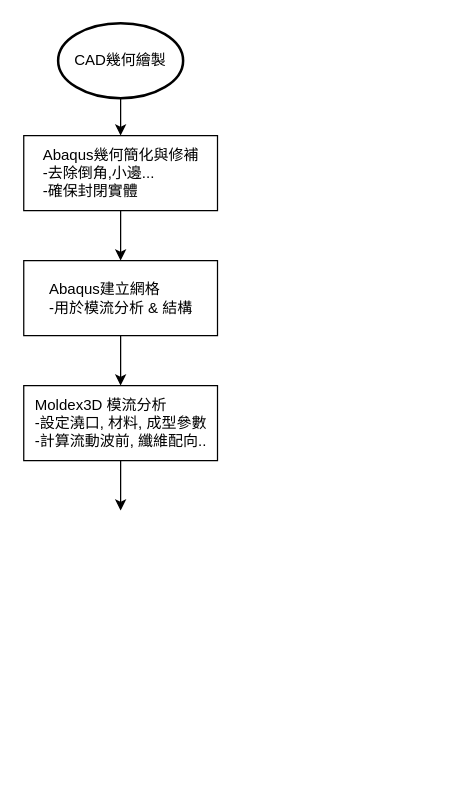
This is Moldex3D_abaqus.drawio from TerryChan726/draw_io, a draw.io file, before an edit. Source tidied: cells renumbered, new cells numbered last; positions are measured from the earlier drawing's top-left corner, leaving out a move shared by most shapes. Both pictures are drawn from the tidied source at 125%, with x=0, y=0 at pixel (22, 22).
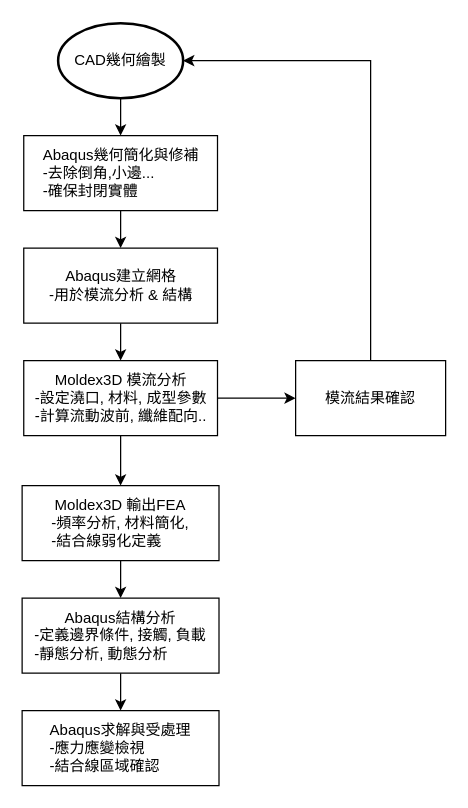
The same page after the edit.

What changed in the source:
```diff
@@
 <mxGraphModel>
   <root>
     <mxCell id="0" />
     <mxCell id="1" parent="0" />
     <mxCell id="2" style="edgeStyle=orthogonalEdgeStyle;rounded=0;jettySize=auto;html=1;" parent="1" edge="1" source="3" target="7">
       <mxGeometry relative="1" as="geometry" />
     </mxCell>
     <mxCell id="3" value="Abaqus幾何簡化與修補&lt;div&gt;&lt;div style=&quot;text-align: left;&quot;&gt;&lt;span style=&quot;background-color: transparent; color: light-dark(rgb(0, 0, 0), rgb(255, 255, 255));&quot;&gt;-去除倒角,小邊...&lt;/span&gt;&lt;/div&gt;&lt;/div&gt;&lt;div style=&quot;text-align: left;&quot;&gt;&lt;span style=&quot;background-color: transparent; color: light-dark(rgb(0, 0, 0), rgb(255, 255, 255));&quot;&gt;-確保封閉實體&lt;/span&gt;&lt;/div&gt;" style="rounded=0;whiteSpace=wrap;html=1;" parent="1" vertex="1">
       <mxGeometry x="0.5" y="90" width="155" height="60" as="geometry" />
     </mxCell>
     <mxCell id="4" style="edgeStyle=orthogonalEdgeStyle;rounded=0;jettySize=auto;html=1;" parent="1" edge="1" source="5" target="3">
       <mxGeometry relative="1" as="geometry" />
     </mxCell>
     <mxCell id="5" value="CAD幾何繪製" style="strokeWidth=2;html=1;shape=mxgraph.flowchart.start_1;whiteSpace=wrap;" parent="1" vertex="1">
       <mxGeometry x="28" width="100" height="60" as="geometry" />
     </mxCell>
     <mxCell id="6" style="edgeStyle=orthogonalEdgeStyle;rounded=0;jettySize=auto;html=1;" parent="1" edge="1" source="7" target="9">
       <mxGeometry relative="1" as="geometry" />
     </mxCell>
-    <mxCell id="7" value="&lt;div style=&quot;text-align: left;&quot;&gt;&lt;span style=&quot;background-color: transparent; color: light-dark(rgb(0, 0, 0), rgb(255, 255, 255));&quot;&gt;Abaqus建立網格&lt;/span&gt;&lt;/div&gt;&lt;div&gt;&lt;div style=&quot;text-align: left;&quot;&gt;&lt;span style=&quot;background-color: transparent; color: light-dark(rgb(0, 0, 0), rgb(255, 255, 255));&quot;&gt;-用於模流分析 &amp;amp; 結構&lt;/span&gt;&lt;/div&gt;&lt;/div&gt;" style="rounded=0;whiteSpace=wrap;html=1;" parent="1" vertex="1">
-      <mxGeometry x="0.5" y="190" width="155" height="60" as="geometry" />
+    <mxCell id="7" value="&lt;div style=&quot;&quot;&gt;&lt;span style=&quot;background-color: transparent; color: light-dark(rgb(0, 0, 0), rgb(255, 255, 255));&quot;&gt;Abaqus建立網格&lt;/span&gt;&lt;/div&gt;&lt;div&gt;&lt;div style=&quot;text-align: left;&quot;&gt;&lt;span style=&quot;background-color: transparent; color: light-dark(rgb(0, 0, 0), rgb(255, 255, 255));&quot;&gt;-用於模流分析 &amp;amp; 結構&lt;/span&gt;&lt;/div&gt;&lt;/div&gt;" style="rounded=0;whiteSpace=wrap;html=1;" parent="1" vertex="1">
+      <mxGeometry x="0.5" y="180" width="155" height="60" as="geometry" />
     </mxCell>
-    <mxCell id="8" style="edgeStyle=orthogonalEdgeStyle;rounded=0;jettySize=auto;html=1;" parent="1" edge="1" source="9">
-      <mxGeometry relative="1" as="geometry">
-        <mxPoint x="78" y="390" as="targetPoint" />
-      </mxGeometry>
-    </mxCell>
+    <mxCell id="10" style="edgeStyle=orthogonalEdgeStyle;rounded=0;jettySize=auto;html=1;" parent="1" edge="1" source="9" target="13">
+      <mxGeometry relative="1" as="geometry" />
+    </mxCell>
+    <mxCell id="11" style="edgeStyle=orthogonalEdgeStyle;rounded=0;jettySize=auto;html=1;" parent="1" edge="1" source="9" target="17">
+      <mxGeometry relative="1" as="geometry" />
+    </mxCell>
-    <mxCell id="9" value="&lt;div style=&quot;text-align: left;&quot;&gt;&lt;span style=&quot;background-color: transparent; color: light-dark(rgb(0, 0, 0), rgb(255, 255, 255));&quot;&gt;Moldex3D 模流分析&lt;/span&gt;&lt;/div&gt;&lt;div&gt;-設定澆口, 材料, 成型參數&lt;/div&gt;&lt;div&gt;-計算流動波前, 纖維配向..&lt;/div&gt;" style="rounded=0;whiteSpace=wrap;html=1;align=center;" parent="1" vertex="1">
-      <mxGeometry x="0.5" y="290" width="155" height="60" as="geometry" />
+    <mxCell id="9" value="&lt;div style=&quot;&quot;&gt;&lt;span style=&quot;background-color: transparent; color: light-dark(rgb(0, 0, 0), rgb(255, 255, 255));&quot;&gt;Moldex3D 模流分析&lt;/span&gt;&lt;/div&gt;&lt;div style=&quot;text-align: left;&quot;&gt;-設定澆口, 材料, 成型參數&lt;/div&gt;&lt;div style=&quot;text-align: left;&quot;&gt;-計算流動波前, 纖維配向..&lt;/div&gt;" style="rounded=0;whiteSpace=wrap;html=1;align=center;" parent="1" vertex="1">
+      <mxGeometry x="0.5" y="270" width="155" height="60" as="geometry" />
     </mxCell>
+    <mxCell id="12" style="edgeStyle=orthogonalEdgeStyle;rounded=0;jettySize=auto;html=1;" parent="1" edge="1" source="13" target="15">
+      <mxGeometry relative="1" as="geometry" />
+    </mxCell>
+    <mxCell id="13" value="&lt;div style=&quot;&quot;&gt;&lt;span style=&quot;background-color: transparent; color: light-dark(rgb(0, 0, 0), rgb(255, 255, 255));&quot;&gt;Moldex3D 輸出FEA&lt;/span&gt;&lt;/div&gt;&lt;div&gt;-頻率分析,&amp;nbsp;&lt;span style=&quot;background-color: transparent; color: light-dark(rgb(0, 0, 0), rgb(255, 255, 255));&quot;&gt;材料簡化,&lt;/span&gt;&lt;/div&gt;&lt;div style=&quot;text-align: left;&quot;&gt;&lt;span style=&quot;background-color: transparent; color: light-dark(rgb(0, 0, 0), rgb(255, 255, 255));&quot;&gt;-結合線弱化定義&lt;/span&gt;&lt;/div&gt;" style="rounded=0;whiteSpace=wrap;html=1;align=center;" parent="1" vertex="1">
+      <mxGeometry x="-0.8" y="370" width="157.5" height="60" as="geometry" />
+    </mxCell>
+    <mxCell id="14" style="edgeStyle=orthogonalEdgeStyle;rounded=0;jettySize=auto;html=1;" parent="1" edge="1" source="15" target="16">
+      <mxGeometry relative="1" as="geometry" />
+    </mxCell>
+    <mxCell id="15" value="&lt;div style=&quot;&quot;&gt;Abaqus結構分析&lt;/div&gt;&lt;div&gt;-定義邊界條件, 接觸, 負載&lt;/div&gt;&lt;div style=&quot;text-align: left;&quot;&gt;&lt;span style=&quot;background-color: transparent; color: light-dark(rgb(0, 0, 0), rgb(255, 255, 255));&quot;&gt;-靜態分析, 動態分析&lt;/span&gt;&lt;/div&gt;" style="rounded=0;whiteSpace=wrap;html=1;align=center;" parent="1" vertex="1">
+      <mxGeometry x="-0.8" y="460" width="157.5" height="60" as="geometry" />
+    </mxCell>
+    <mxCell id="16" value="&lt;div style=&quot;&quot;&gt;Abaqus求解與受處理&lt;/div&gt;&lt;div style=&quot;text-align: left;&quot;&gt;-應力應變檢視&lt;/div&gt;&lt;div style=&quot;text-align: left;&quot;&gt;-結合線區域確認&lt;/div&gt;" style="rounded=0;whiteSpace=wrap;html=1;align=center;" parent="1" vertex="1">
+      <mxGeometry x="-0.8" y="550" width="157.5" height="60" as="geometry" />
+    </mxCell>
+    <mxCell id="17" value="模流結果確認" style="whiteSpace=wrap;html=1;rounded=0;" parent="1" vertex="1">
+      <mxGeometry x="218" y="270" width="120" height="60" as="geometry" />
+    </mxCell>
+    <mxCell id="18" style="edgeStyle=orthogonalEdgeStyle;rounded=0;jettySize=auto;html=1;entryX=1;entryY=0.5;entryDx=0;entryDy=0;entryPerimeter=0;" parent="1" edge="1" source="17" target="5">
+      <mxGeometry relative="1" as="geometry">
+        <Array as="points">
+          <mxPoint x="278" y="30" />
+        </Array>
+      </mxGeometry>
+    </mxCell>
   </root>
 </mxGraphModel>
```
